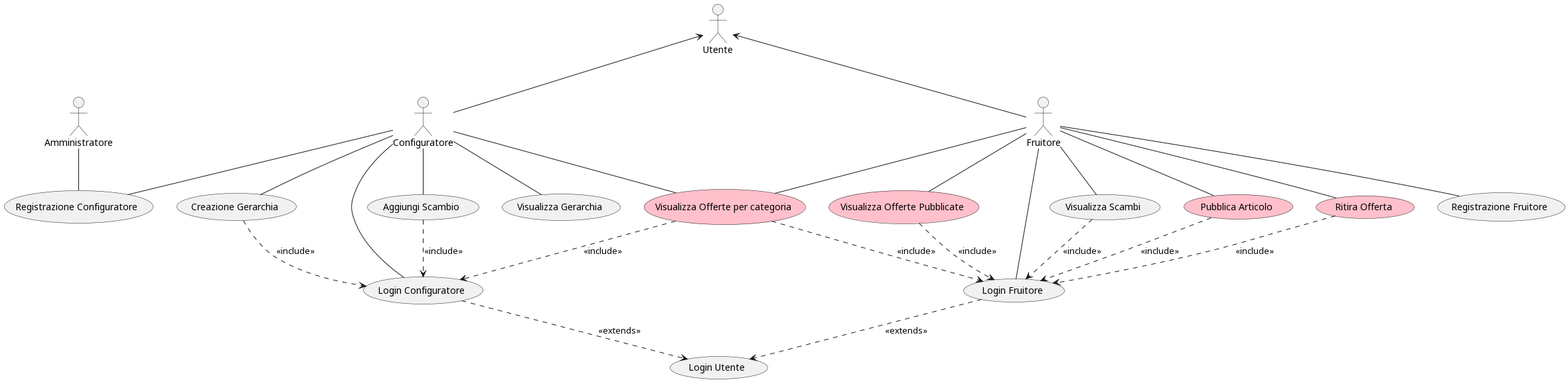
Earlier version of the PlantUML export out/Documentation/Ver3/usecase/ver1.png (bernagit/IngegneriaSoftware).
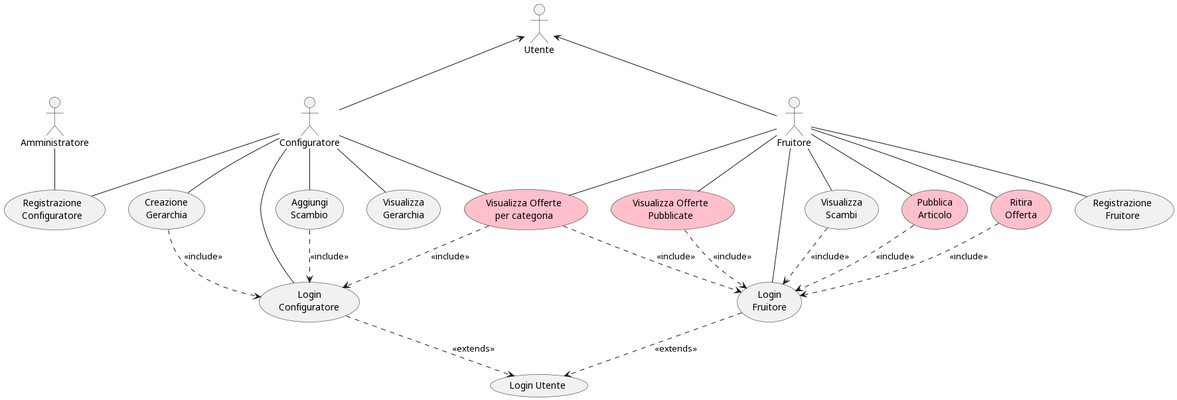
Later version of the same file.

The edit, as a diff of the source:
```diff
@@ -5,50 +5,50 @@
 :Amministratore: as admin
 conf -up-> user
 
-conf -- (Login Configuratore)
-conf -- (Visualizza Gerarchia)
-conf -- (Creazione Gerarchia)
-conf -- (Registrazione Configuratore)
+conf -- (Login\nConfiguratore)
+conf -- (Visualizza\nGerarchia)
+conf -- (Creazione\nGerarchia)
+conf -- (Registrazione\nConfiguratore)
 
-admin -- (Registrazione Configuratore)
+admin -- (Registrazione\nConfiguratore)
 
-(Creazione Gerarchia) ..> (Login Configuratore): <<include>>
-(Login Configuratore) ..> (Login Utente): <<extends>>
+(Creazione\nGerarchia) ..> (Login\nConfiguratore): <<include>>
+(Login\nConfiguratore) ..> (Login Utente): <<extends>>
 
 
 :Fruitore: as fruit
 fruit -up-> user
 
-(Aggiungi Scambio)
-(Login Fruitore)
-(Registrazione Fruitore)
-(Visualizza Scambi)
+(Aggiungi\nScambio)
+(Login\nFruitore)
+(Registrazione\nFruitore)
+(Visualizza\nScambi)
 
-conf --(Aggiungi Scambio)
-fruit -- (Visualizza Scambi)
-fruit -- (Registrazione Fruitore)
-fruit -- (Login Fruitore)
+conf --(Aggiungi\nScambio)
+fruit -- (Visualizza\nScambi)
+fruit -- (Registrazione\nFruitore)
+fruit -- (Login\nFruitore)
 
-(Login Fruitore) ..> (Login Utente): <<extends>>
-(Visualizza Scambi) ..> (Login Fruitore): <<include>>
-(Aggiungi Scambio) ..> (Login Configuratore): <<include>>
+(Login\nFruitore) ..> (Login Utente): <<extends>>
+(Visualizza\nScambi) ..> (Login\nFruitore): <<include>>
+(Aggiungi\nScambio) ..> (Login\nConfiguratore): <<include>>
 
-(Visualizza Offerte per categoria) #Pink
-(Pubblica Articolo) #Pink
-(Ritira Offerta) #Pink
-(Visualizza Offerte Pubblicate) #Pink
+(Visualizza Offerte\nper categoria) #Pink
+(Pubblica\nArticolo) #Pink
+(Ritira\nOfferta) #Pink
+(Visualizza Offerte\nPubblicate) #Pink
 
-fruit -- (Visualizza Offerte per categoria)
-fruit -- (Pubblica Articolo)
-fruit -- (Ritira Offerta)
-fruit -- (Visualizza Offerte Pubblicate)
-conf -- (Visualizza Offerte per categoria)
+fruit -- (Visualizza Offerte\nper categoria)
+fruit -- (Pubblica\nArticolo)
+fruit -- (Ritira\nOfferta)
+fruit -- (Visualizza Offerte\nPubblicate)
+conf -- (Visualizza Offerte\nper categoria)
 
-(Visualizza Offerte per categoria) ..> (Login Fruitore): <<include>>
-(Pubblica Articolo) ..> (Login Fruitore): <<include>>
-(Ritira Offerta) ..> (Login Fruitore): <<include>>
-(Visualizza Offerte Pubblicate) ..> (Login Fruitore): <<include>>
-(Visualizza Offerte per categoria) ..> (Login Configuratore): <<include>>
+(Visualizza Offerte\nper categoria) ..> (Login\nFruitore): <<include>>
+(Pubblica\nArticolo) ..> (Login\nFruitore): <<include>>
+(Ritira\nOfferta) ..> (Login\nFruitore): <<include>>
+(Visualizza Offerte\nPubblicate) ..> (Login\nFruitore): <<include>>
+(Visualizza Offerte\nper categoria) ..> (Login\nConfiguratore): <<include>>
 
 
 
```
